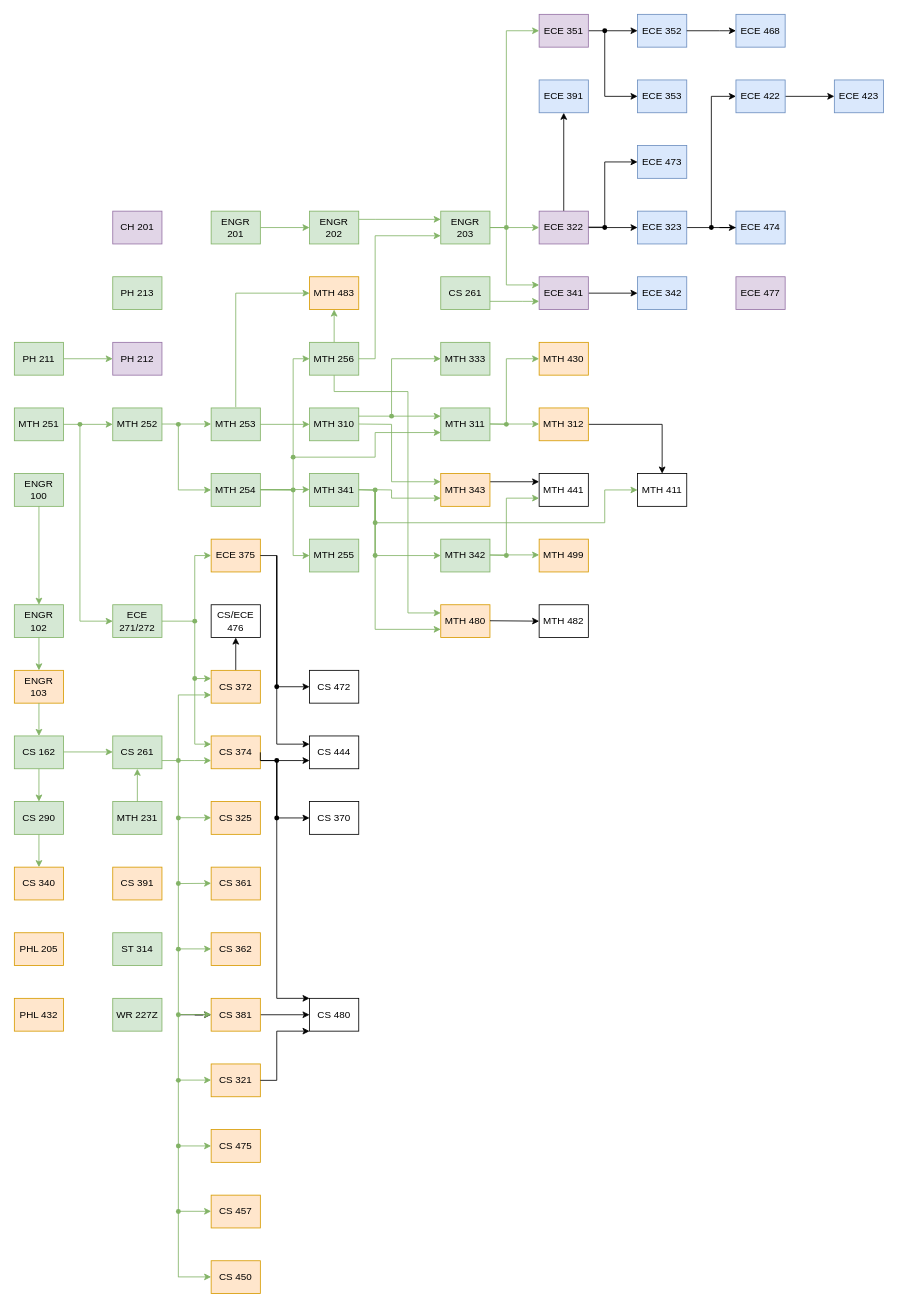
Jonas-Carew/Class-Flowchart keeps this draw.io diagram as Classes.drawio. Above is the earlier version. Source tidied: cells renumbered, new cells numbered last; positions are measured from the earlier drawing's top-left corner, leaving out a move shared by most shapes. Both pictures are drawn from the tidied source at 82%, with x=0, y=0 at pixel (14, 14).
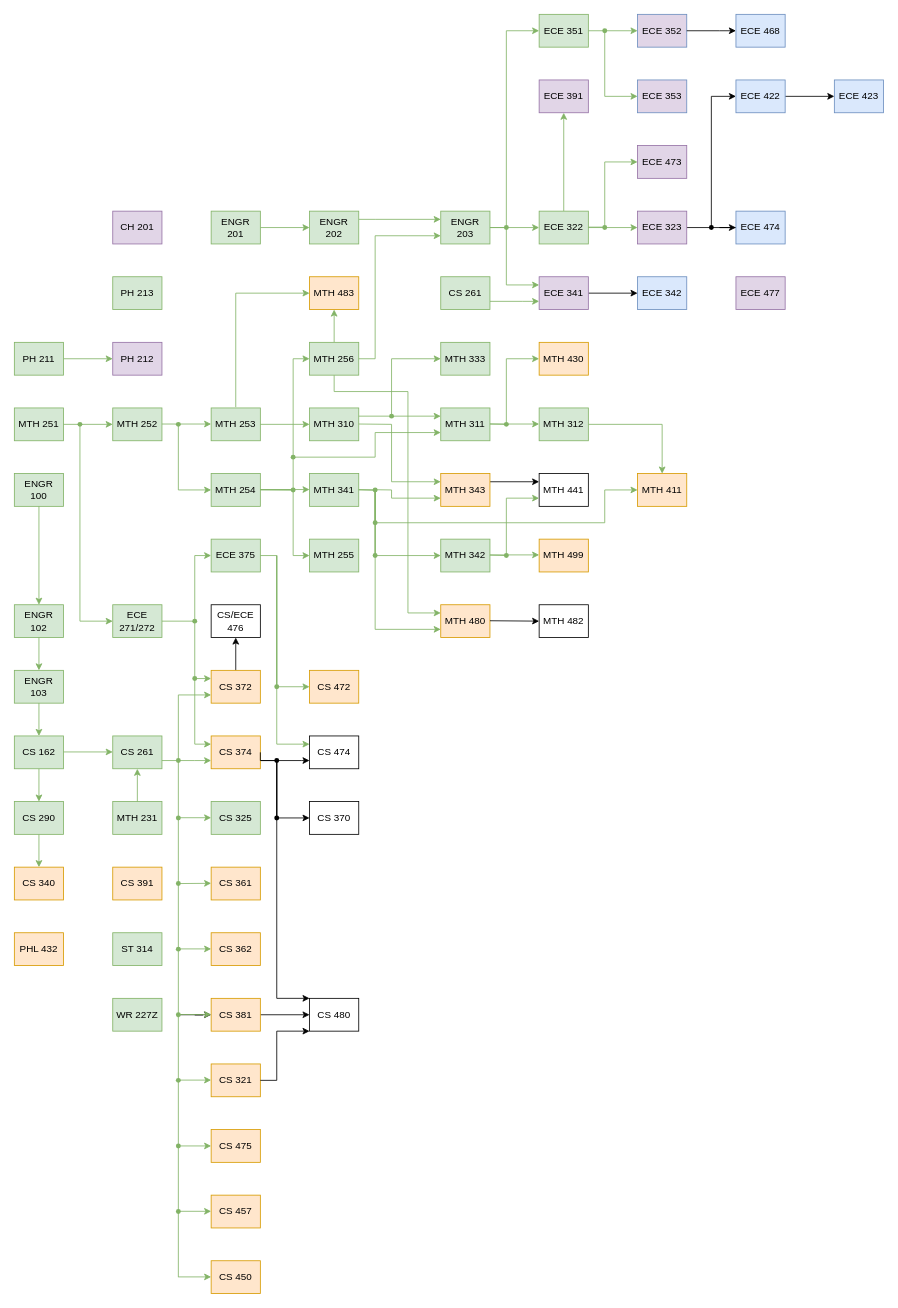
After the change.

Diff of the diagram source:
```diff
@@
-    <mxCell id="15" style="edgeStyle=orthogonalEdgeStyle;rounded=0;jettySize=auto;html=1;" parent="1" edge="1" source="16" target="73">
+    <mxCell id="15" style="edgeStyle=orthogonalEdgeStyle;rounded=0;jettySize=auto;html=1;strokeColor=#82B366;" parent="1" edge="1" source="16" target="73">
       <mxGeometry relative="1" as="geometry" />
     </mxCell>
-    <mxCell id="16" value="&lt;div&gt;MTH 312&lt;/div&gt;" style="rounded=0;whiteSpace=wrap;html=1;fillColor=#ffe6cc;strokeColor=#d79b00;" parent="1" vertex="1">
+    <mxCell id="16" value="&lt;div&gt;MTH 312&lt;/div&gt;" style="rounded=0;whiteSpace=wrap;html=1;fillColor=#D5E8D4;strokeColor=#82B366;" parent="1" vertex="1">
       <mxGeometry x="640" y="480" width="60" height="40" as="geometry" />
     </mxCell>
@@
-    <mxCell id="35" value="ENGR 103" style="rounded=0;whiteSpace=wrap;html=1;fillColor=#ffe6cc;strokeColor=#d79b00;" parent="1" vertex="1">
+    <mxCell id="35" value="ENGR 103" style="rounded=0;whiteSpace=wrap;html=1;fillColor=#D5E8D4;strokeColor=#82B366;" parent="1" vertex="1">
       <mxGeometry y="800" width="60" height="40" as="geometry" />
     </mxCell>
@@
-    <mxCell id="44" value="ECE 375" style="rounded=0;whiteSpace=wrap;html=1;fillColor=#ffe6cc;strokeColor=#d79b00;" parent="1" vertex="1">
+    <mxCell id="44" value="ECE 375" style="rounded=0;whiteSpace=wrap;html=1;fillColor=#D5E8D4;strokeColor=#82B366;" parent="1" vertex="1">
       <mxGeometry x="240" y="640" width="60" height="40" as="geometry" />
     </mxCell>
@@
-    <mxCell id="47" value="&lt;div&gt;CS 325&lt;/div&gt;" style="rounded=0;whiteSpace=wrap;html=1;fillColor=#ffe6cc;strokeColor=#d79b00;" parent="1" vertex="1">
+    <mxCell id="47" value="&lt;div&gt;CS 325&lt;/div&gt;" style="rounded=0;whiteSpace=wrap;html=1;fillColor=#D5E8D4;strokeColor=#82B366;" parent="1" vertex="1">
       <mxGeometry x="240" y="960" width="60" height="40" as="geometry" />
     </mxCell>
@@
-    <mxCell id="54" value="CS 444" style="whiteSpace=wrap;html=1;rounded=0;" parent="1" vertex="1">
+    <mxCell id="54" value="CS 474" style="whiteSpace=wrap;html=1;rounded=0;" parent="1" vertex="1">
       <mxGeometry x="360" y="880" width="60" height="40" as="geometry" />
     </mxCell>
-    <mxCell id="55" style="edgeStyle=orthogonalEdgeStyle;rounded=0;jettySize=auto;html=1;entryX=0;entryY=0.25;entryDx=0;entryDy=0;exitDx=0;exitDy=0;" parent="1" edge="1" source="139" target="54">
+    <mxCell id="55" style="edgeStyle=orthogonalEdgeStyle;rounded=0;jettySize=auto;html=1;entryX=0;entryY=0.25;entryDx=0;entryDy=0;exitDx=0;exitDy=0;strokeColor=#82B366;" parent="1" edge="1" source="139" target="54">
       <mxGeometry relative="1" as="geometry">
         <Array as="points">
           <mxPoint x="320" y="660" />
           <mxPoint x="320" y="890" />
         </Array>
       </mxGeometry>
     </mxCell>
@@
-    <mxCell id="68" value="CS 472" style="whiteSpace=wrap;html=1;rounded=0;" parent="1" vertex="1">
+    <mxCell id="68" value="CS 472" style="whiteSpace=wrap;html=1;rounded=0;fillColor=#FFE6CC;strokeColor=#D79B00;" parent="1" vertex="1">
       <mxGeometry x="360" y="800" width="60" height="40" as="geometry" />
     </mxCell>
-    <mxCell id="69" style="edgeStyle=orthogonalEdgeStyle;rounded=0;jettySize=auto;html=1;entryX=0;entryY=0.5;entryDx=0;entryDy=0;exitX=1;exitY=0.5;exitDx=0;exitDy=0;" parent="1" edge="1" source="44" target="68">
+    <mxCell id="69" style="edgeStyle=orthogonalEdgeStyle;rounded=0;jettySize=auto;html=1;entryX=0;entryY=0.5;entryDx=0;entryDy=0;exitX=1;exitY=0.5;exitDx=0;exitDy=0;fillColor=#FFE6CC;strokeColor=#82B366;" parent="1" edge="1" source="44" target="68">
       <mxGeometry relative="1" as="geometry">
         <Array as="points">
           <mxPoint x="320" y="660" />
           <mxPoint x="320" y="820" />
         </Array>
       </mxGeometry>
     </mxCell>
@@
-    <mxCell id="73" value="&lt;div&gt;MTH 411&lt;br&gt;&lt;/div&gt;" style="rounded=0;whiteSpace=wrap;html=1;" parent="1" vertex="1">
+    <mxCell id="73" value="&lt;div&gt;MTH 411&lt;br&gt;&lt;/div&gt;" style="rounded=0;whiteSpace=wrap;html=1;fillColor=#FFE6CC;strokeColor=#D79B00;" parent="1" vertex="1">
       <mxGeometry x="760" y="560" width="60" height="40" as="geometry" />
     </mxCell>
@@
-    <mxCell id="95" style="edgeStyle=orthogonalEdgeStyle;rounded=0;jettySize=auto;html=1;" parent="1" edge="1" source="97" target="100">
+    <mxCell id="95" style="edgeStyle=orthogonalEdgeStyle;rounded=0;jettySize=auto;html=1;strokeColor=#82B366;" parent="1" edge="1" source="97" target="100">
       <mxGeometry relative="1" as="geometry" />
     </mxCell>
-    <mxCell id="96" style="edgeStyle=orthogonalEdgeStyle;rounded=0;jettySize=auto;html=1;" parent="1" edge="1" source="97" target="111">
+    <mxCell id="96" style="edgeStyle=orthogonalEdgeStyle;rounded=0;jettySize=auto;html=1;strokeColor=#82B366;" parent="1" edge="1" source="97" target="111">
       <mxGeometry relative="1" as="geometry" />
     </mxCell>
-    <mxCell id="97" value="ECE 322" style="rounded=0;whiteSpace=wrap;html=1;fillColor=#e1d5e7;strokeColor=#9673a6;" parent="1" vertex="1">
+    <mxCell id="97" value="ECE 322" style="rounded=0;whiteSpace=wrap;html=1;fillColor=#D5E8D4;strokeColor=#82B366;" parent="1" vertex="1">
       <mxGeometry x="640" y="240" width="60" height="40" as="geometry" />
     </mxCell>
@@
-    <mxCell id="100" value="ECE 323" style="rounded=0;whiteSpace=wrap;html=1;fillColor=#dae8fc;strokeColor=#6c8ebf;" parent="1" vertex="1">
+    <mxCell id="100" value="ECE 323" style="rounded=0;whiteSpace=wrap;html=1;fillColor=#E1D5E7;strokeColor=#9673A6;" parent="1" vertex="1">
       <mxGeometry x="760" y="240" width="60" height="40" as="geometry" />
     </mxCell>
@@
-    <mxCell id="107" style="edgeStyle=orthogonalEdgeStyle;rounded=0;jettySize=auto;html=1;" parent="1" edge="1" source="108" target="110">
+    <mxCell id="107" style="edgeStyle=orthogonalEdgeStyle;rounded=0;jettySize=auto;html=1;strokeColor=#82B366;" parent="1" edge="1" source="108" target="110">
       <mxGeometry relative="1" as="geometry" />
     </mxCell>
-    <mxCell id="108" value="ECE 351" style="rounded=0;whiteSpace=wrap;html=1;fillColor=#e1d5e7;strokeColor=#9673a6;" parent="1" vertex="1">
+    <mxCell id="108" value="ECE 351" style="rounded=0;whiteSpace=wrap;html=1;fillColor=#D5E8D4;strokeColor=#82B366;" parent="1" vertex="1">
       <mxGeometry x="640" width="60" height="40" as="geometry" />
     </mxCell>
@@
-    <mxCell id="110" value="ECE 352" style="rounded=0;whiteSpace=wrap;html=1;fillColor=#dae8fc;strokeColor=#6c8ebf;" parent="1" vertex="1">
+    <mxCell id="110" value="ECE 352" style="rounded=0;whiteSpace=wrap;html=1;fillColor=#E1D5E7;strokeColor=#6c8ebf;" parent="1" vertex="1">
       <mxGeometry x="760" width="60" height="40" as="geometry" />
     </mxCell>
-    <mxCell id="111" value="ECE 391" style="rounded=0;whiteSpace=wrap;html=1;fillColor=#dae8fc;strokeColor=#6c8ebf;" parent="1" vertex="1">
+    <mxCell id="111" value="ECE 391" style="rounded=0;whiteSpace=wrap;html=1;fillColor=#e1d5e7;strokeColor=#9673a6;" parent="1" vertex="1">
       <mxGeometry x="640" y="80" width="60" height="40" as="geometry" />
     </mxCell>
     <mxCell id="112" value="PHL 432" style="rounded=0;whiteSpace=wrap;html=1;fillColor=#ffe6cc;strokeColor=#d79b00;" parent="1" vertex="1">
-      <mxGeometry y="1200" width="60" height="40" as="geometry" />
+      <mxGeometry y="1120" width="60" height="40" as="geometry" />
     </mxCell>
-    <mxCell id="113" value="&lt;div&gt;PHL 205&lt;/div&gt;" style="rounded=0;whiteSpace=wrap;html=1;fillColor=#ffe6cc;strokeColor=#d79b00;" parent="1" vertex="1">
-      <mxGeometry y="1120" width="60" height="40" as="geometry" />
-    </mxCell>
-    <mxCell id="114" value="ECE 473" style="rounded=0;whiteSpace=wrap;html=1;fillColor=#dae8fc;strokeColor=#6c8ebf;" parent="1" vertex="1">
+    <mxCell id="114" value="ECE 473" style="rounded=0;whiteSpace=wrap;html=1;fillColor=#E1D5E7;strokeColor=#9673A6;" parent="1" vertex="1">
       <mxGeometry x="760" y="160" width="60" height="40" as="geometry" />
     </mxCell>
-    <mxCell id="115" value="ECE 353" style="rounded=0;whiteSpace=wrap;html=1;fillColor=#dae8fc;strokeColor=#6c8ebf;" parent="1" vertex="1">
+    <mxCell id="115" value="ECE 353" style="rounded=0;whiteSpace=wrap;html=1;fillColor=#E1D5E7;strokeColor=#6c8ebf;" parent="1" vertex="1">
       <mxGeometry x="760" y="80" width="60" height="40" as="geometry" />
     </mxCell>
-    <mxCell id="116" style="edgeStyle=orthogonalEdgeStyle;rounded=0;jettySize=auto;html=1;entryX=0;entryY=0.5;entryDx=0;entryDy=0;" parent="1" edge="1" source="163" target="115">
+    <mxCell id="116" style="edgeStyle=orthogonalEdgeStyle;rounded=0;jettySize=auto;html=1;entryX=0;entryY=0.5;entryDx=0;entryDy=0;strokeColor=#82B366;" parent="1" edge="1" source="163" target="115">
       <mxGeometry relative="1" as="geometry">
         <Array as="points">
           <mxPoint x="720" y="20" />
           <mxPoint x="720" y="100" />
         </Array>
       </mxGeometry>
     </mxCell>
@@
-    <mxCell id="124" style="edgeStyle=orthogonalEdgeStyle;rounded=0;jettySize=auto;html=1;entryX=0;entryY=0.5;entryDx=0;entryDy=0;" parent="1" edge="1" target="114">
+    <mxCell id="124" style="edgeStyle=orthogonalEdgeStyle;rounded=0;jettySize=auto;html=1;entryX=0;entryY=0.5;entryDx=0;entryDy=0;strokeColor=#82B366;" parent="1" edge="1" target="114">
       <mxGeometry relative="1" as="geometry">
         <mxPoint x="700" y="259.5" as="sourcePoint" />
         <Array as="points">
           <mxPoint x="720" y="260" />
           <mxPoint x="720" y="180" />
         </Array>
       </mxGeometry>
     </mxCell>
@@
-    <mxCell id="139" style="shape=waypoint;sketch=0;fillStyle=solid;size=6;points=[];perimeter=centerPerimeter;snapToPoint=1;" parent="1" vertex="1">
+    <mxCell id="139" style="shape=waypoint;sketch=0;fillStyle=solid;size=6;points=[];perimeter=centerPerimeter;snapToPoint=1;strokeColor=#82B366;" parent="1" vertex="1">
       <mxGeometry x="310" y="810" width="20" height="20" as="geometry" />
     </mxCell>
@@
-    <mxCell id="161" style="shape=waypoint;sketch=0;fillStyle=solid;size=6;fillColor=none;perimeter=centerPerimeter;" parent="1" vertex="1">
+    <mxCell id="161" style="shape=waypoint;sketch=0;fillStyle=solid;size=6;fillColor=none;perimeter=centerPerimeter;strokeColor=#82B366;" parent="1" vertex="1">
       <mxGeometry x="710" y="250" width="20" height="20" as="geometry" />
     </mxCell>
@@
-    <mxCell id="163" style="shape=waypoint;sketch=0;fillStyle=solid;size=6;points=[];fillColor=none;perimeter=centerPerimeter;snapToPoint=1;" parent="1" vertex="1">
+    <mxCell id="163" style="shape=waypoint;sketch=0;fillStyle=solid;size=6;points=[];fillColor=none;perimeter=centerPerimeter;snapToPoint=1;strokeColor=#82B366;" parent="1" vertex="1">
       <mxGeometry x="710" y="10" width="20" height="20" as="geometry" />
     </mxCell>
@@
-    <mxCell id="168" value="MTH 499" style="rounded=0;whiteSpace=wrap;html=1;fillColor=#ffe6cc;strokeColor=#d79b00;" parent="1" vertex="1">
+    <mxCell id="168" value="MTH 499" style="rounded=0;whiteSpace=wrap;html=1;fillColor=#ffe6cc;strokeColor=#D79B00;" parent="1" vertex="1">
       <mxGeometry x="640" y="640" width="60" height="40" as="geometry" />
     </mxCell>
```
